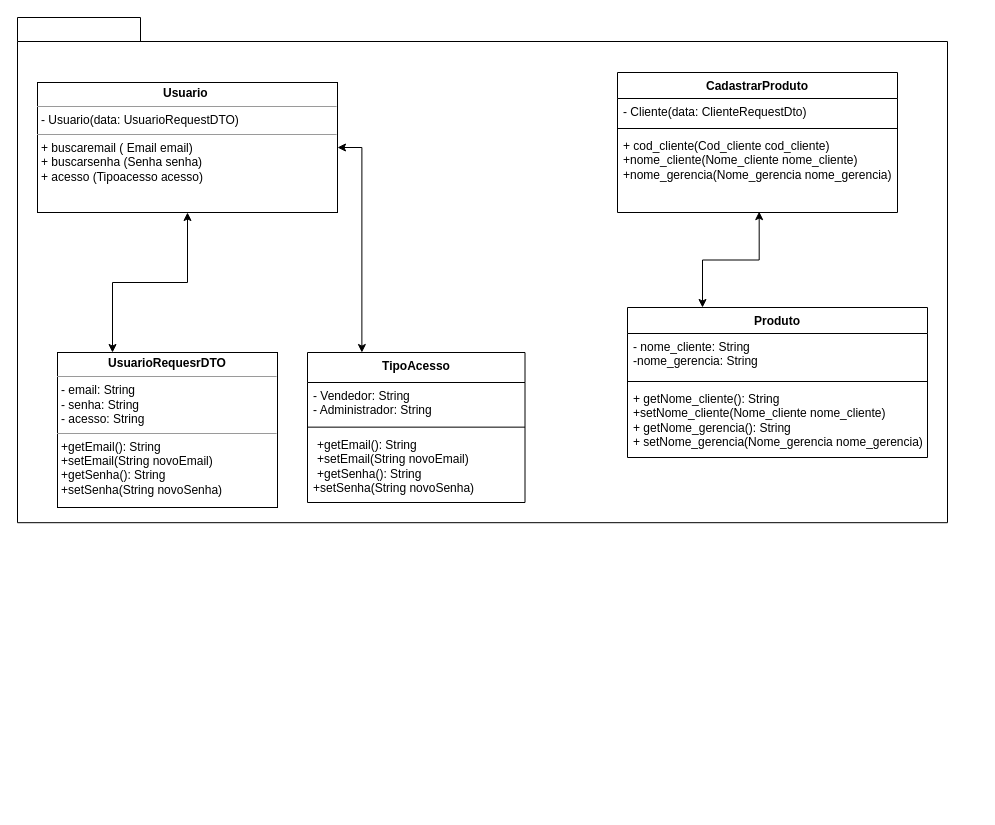
Above: page "Page-1" (1 of 2) of Diagramas/Diagrama de Classes.drawio in Thunder53/Dom-Rock (draw.io), before the change. Source tidied: cells renumbered, new cells numbered last; positions are measured from the earlier drawing's top-left corner, leaving out a move shared by most shapes. Both pictures are drawn from the tidied source at 100%, with x=0, y=0 at pixel (17, 17).
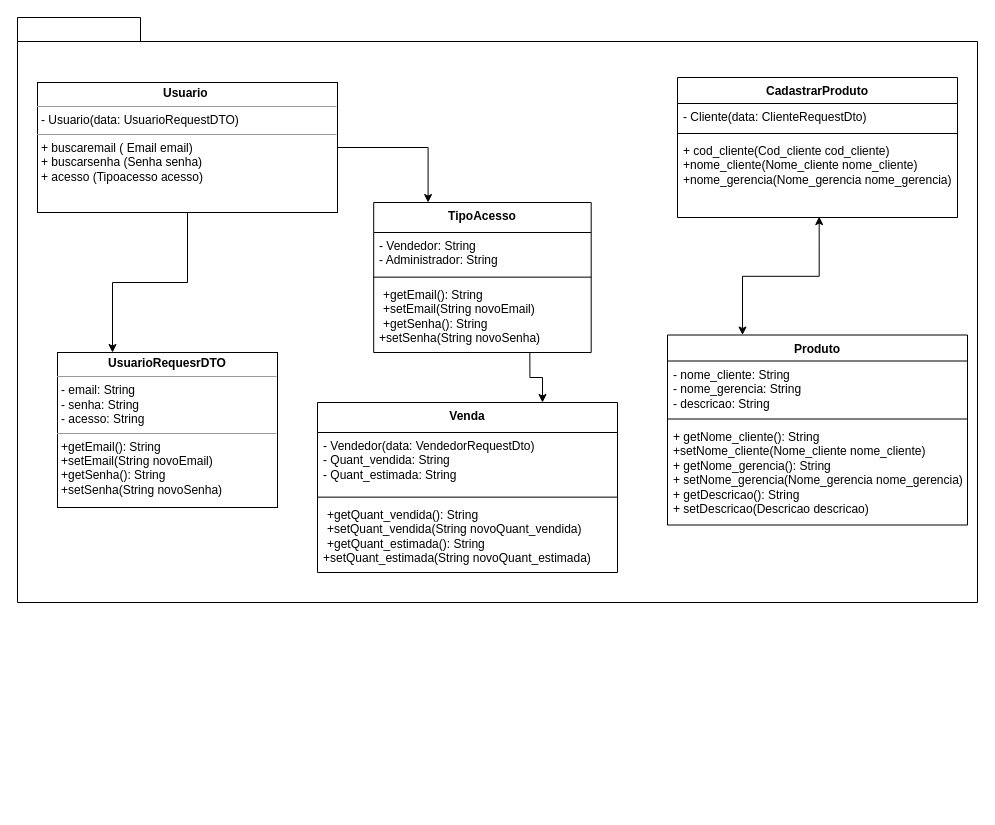
After the change.

Commit message (it also covers changes not shown here):
Autalização do Diagrama de Classes

Unchanged cells that the change refers to:
```xml
<mxCell id="4" value="&lt;p style=&quot;margin:0px;margin-top:4px;text-align:center;&quot;&gt;&lt;b&gt;Usuario&amp;nbsp;&lt;/b&gt;&lt;/p&gt;&lt;hr size=&quot;1&quot;&gt;&lt;p style=&quot;margin:0px;margin-left:4px;&quot;&gt;- Usuario(data: UsuarioRequestDTO)&lt;/p&gt;&lt;hr size=&quot;1&quot;&gt;&lt;p style=&quot;margin:0px;margin-left:4px;&quot;&gt;+ buscaremail ( Email email)&amp;nbsp;&lt;/p&gt;&lt;p style=&quot;margin:0px;margin-left:4px;&quot;&gt;+ buscarsenha (Senha senha)&lt;/p&gt;&lt;p style=&quot;margin:0px;margin-left:4px;&quot;&gt;+ acesso (Tipoacesso acesso)&lt;/p&gt;" style="verticalAlign=top;align=left;overflow=fill;fontSize=12;fontFamily=Helvetica;html=1;whiteSpace=wrap;" parent="2" vertex="1">
  <mxGeometry x="20" y="50" width="300" height="130" as="geometry" />
</mxCell>
<mxCell id="9" value="&lt;p style=&quot;border-color: var(--border-color); margin: 0px 0px 0px 4px;&quot;&gt;+getEmail(): String&lt;/p&gt;&lt;p style=&quot;border-color: var(--border-color); margin: 0px 0px 0px 4px;&quot;&gt;+setEmail(String novoEmail)&lt;/p&gt;&lt;p style=&quot;border-color: var(--border-color); margin: 0px 0px 0px 4px;&quot;&gt;+getSenha(): String&lt;/p&gt;+setSenha(String novoSenha)" style="text;strokeColor=none;fillColor=none;align=left;verticalAlign=top;spacingLeft=4;spacingRight=4;overflow=hidden;points=[[0,0.5],[1,0.5]];portConstraint=eastwest;whiteSpace=wrap;html=1;" parent="6" vertex="1">
  <mxGeometry y="79.3" width="217.5" height="70.7" as="geometry" />
</mxCell>
<mxCell id="11" value="&lt;p style=&quot;margin:0px;margin-top:4px;text-align:center;&quot;&gt;&lt;b&gt;UsuarioRequesrDTO&lt;/b&gt;&lt;/p&gt;&lt;hr size=&quot;1&quot;&gt;&lt;p style=&quot;margin:0px;margin-left:4px;&quot;&gt;- email: String&amp;nbsp;&lt;/p&gt;&lt;p style=&quot;margin:0px;margin-left:4px;&quot;&gt;- senha: String&lt;/p&gt;&lt;p style=&quot;margin:0px;margin-left:4px;&quot;&gt;&lt;span style=&quot;background-color: initial;&quot;&gt;- acesso: String&lt;/span&gt;&lt;/p&gt;&lt;hr size=&quot;1&quot;&gt;&lt;p style=&quot;margin:0px;margin-left:4px;&quot;&gt;+getEmail(): String&lt;/p&gt;&lt;p style=&quot;margin:0px;margin-left:4px;&quot;&gt;+setEmail(String novoEmail)&lt;/p&gt;&lt;p style=&quot;margin:0px;margin-left:4px;&quot;&gt;+getSenha(): String&lt;/p&gt;&lt;p style=&quot;margin:0px;margin-left:4px;&quot;&gt;+setSenha(String novoSenha)&lt;/p&gt;&lt;p style=&quot;margin:0px;margin-left:4px;&quot;&gt;&lt;br&gt;&lt;/p&gt;" style="verticalAlign=top;align=left;overflow=fill;fontSize=12;fontFamily=Helvetica;html=1;whiteSpace=wrap;" parent="2" vertex="1">
  <mxGeometry x="40" y="320" width="220" height="155" as="geometry" />
</mxCell>
```

Change to the diagram source:
```diff
@@
     <mxCell id="2" style="group;" parent="1" vertex="1">
-      <mxGeometry y="15" width="940" height="580" as="geometry" />
+      <mxGeometry y="15" width="960" height="775" as="geometry" />
     </mxCell>
     <mxCell id="3" style="shape=folder;fontStyle=1;spacingTop=10;tabWidth=123;tabHeight=24;tabPosition=left;html=1;rounded=0;shadow=0;comic=0;labelBackgroundColor=none;strokeWidth=1;fontFamily=Verdana;fontSize=10;align=center;" parent="2" vertex="1">
-      <mxGeometry y="-15" width="930" height="505.2" as="geometry" />
+      <mxGeometry y="-15" width="960" height="585" as="geometry" />
     </mxCell>
@@
-    <mxCell id="5" style="edgeStyle=orthogonalEdgeStyle;rounded=0;jettySize=auto;html=1;exitX=0.25;exitY=0;exitDx=0;exitDy=0;entryX=1;entryY=0.5;entryDx=0;entryDy=0;startArrow=classic;startFill=1;" parent="2" edge="1" source="6" target="4">
+    <mxCell id="5" style="edgeStyle=orthogonalEdgeStyle;rounded=0;jettySize=auto;html=1;exitX=0.25;exitY=0;exitDx=0;exitDy=0;entryX=1;entryY=0.5;entryDx=0;entryDy=0;startArrow=classic;startFill=1;endArrow=none;endFill=0;" parent="2" edge="1" source="6" target="4">
       <mxGeometry relative="1" as="geometry" />
     </mxCell>
     <mxCell id="6" value="TipoAcesso" style="swimlane;fontStyle=1;align=center;verticalAlign=top;horizontal=1;startSize=30;whiteSpace=wrap;html=1;" parent="2" vertex="1">
-      <mxGeometry x="290" y="320" width="217.5" height="150" as="geometry" />
+      <mxGeometry x="356.2" y="170" width="217.5" height="150" as="geometry" />
     </mxCell>
@@
-    <mxCell id="10" style="edgeStyle=orthogonalEdgeStyle;rounded=0;jettySize=auto;html=1;exitX=0.25;exitY=0;exitDx=0;exitDy=0;startArrow=classic;startFill=1;" parent="2" edge="1" source="11" target="4">
+    <mxCell id="10" style="edgeStyle=orthogonalEdgeStyle;rounded=0;jettySize=auto;html=1;exitX=0.25;exitY=0;exitDx=0;exitDy=0;startArrow=classic;startFill=1;endArrow=none;endFill=0;" parent="2" edge="1" source="11" target="4">
       <mxGeometry relative="1" as="geometry" />
     </mxCell>
@@
     <mxCell id="12" value="CadastrarProduto" style="swimlane;fontStyle=1;align=center;verticalAlign=top;horizontal=1;startSize=26;whiteSpace=wrap;html=1;" parent="2" vertex="1">
-      <mxGeometry x="600" y="40" width="280" height="140" as="geometry" />
+      <mxGeometry x="660" y="45" width="280" height="140" as="geometry" />
     </mxCell>
@@
     <mxCell id="17" value="Produto" style="swimlane;fontStyle=1;align=center;verticalAlign=top;horizontal=1;startSize=26;whiteSpace=wrap;html=1;" parent="2" vertex="1">
-      <mxGeometry x="610" y="275" width="300" height="150" as="geometry" />
+      <mxGeometry x="650" y="302.5" width="300" height="190" as="geometry" />
     </mxCell>
-    <mxCell id="18" value="-&amp;nbsp;nome_cliente: String&lt;br&gt;-nome_gerencia: String" style="text;strokeColor=none;fillColor=none;align=left;verticalAlign=top;spacingLeft=4;spacingRight=4;overflow=hidden;whiteSpace=wrap;html=1;" parent="17" vertex="1">
-      <mxGeometry y="26" width="300" height="44" as="geometry" />
+    <mxCell id="18" value="-&amp;nbsp;nome_cliente: String&lt;br&gt;- nome_gerencia: String&lt;br&gt;- descricao: String" style="text;strokeColor=none;fillColor=none;align=left;verticalAlign=top;spacingLeft=4;spacingRight=4;overflow=hidden;whiteSpace=wrap;html=1;" parent="17" vertex="1">
+      <mxGeometry y="26" width="300" height="54" as="geometry" />
     </mxCell>
     <mxCell id="19" style="line;strokeWidth=1;fillColor=none;align=left;verticalAlign=middle;spacingTop=-1;spacingLeft=3;spacingRight=3;labelPosition=right;strokeColor=inherit;" parent="17" vertex="1">
-      <mxGeometry y="70" width="300" height="8" as="geometry" />
+      <mxGeometry y="80" width="300" height="8" as="geometry" />
     </mxCell>
-    <mxCell id="20" value="+ getNome_cliente(): String&lt;br&gt;+setNome_cliente(Nome_cliente nome_cliente)&lt;br&gt;+ getNome_gerencia(): String&lt;br&gt;+ setNome_gerencia(Nome_gerencia nome_gerencia)" style="text;strokeColor=none;fillColor=none;align=left;verticalAlign=top;spacingLeft=4;spacingRight=4;overflow=hidden;whiteSpace=wrap;html=1;" parent="17" vertex="1">
-      <mxGeometry y="78" width="300" height="72" as="geometry" />
+    <mxCell id="20" value="+ getNome_cliente(): String&lt;br&gt;+setNome_cliente(Nome_cliente nome_cliente)&lt;br&gt;+ getNome_gerencia(): String&lt;br&gt;+ setNome_gerencia(Nome_gerencia nome_gerencia)&lt;br&gt;+ getDescricao(): String&lt;br style=&quot;border-color: var(--border-color);&quot;&gt;+ setDescricao(Descricao descricao)" style="text;strokeColor=none;fillColor=none;align=left;verticalAlign=top;spacingLeft=4;spacingRight=4;overflow=hidden;whiteSpace=wrap;html=1;" parent="17" vertex="1">
+      <mxGeometry y="88" width="300" height="102" as="geometry" />
     </mxCell>
+    <mxCell id="21" style="edgeStyle=orthogonalEdgeStyle;rounded=0;jettySize=auto;html=1;exitX=0.75;exitY=0;exitDx=0;exitDy=0;entryX=0.718;entryY=1;entryDx=0;entryDy=0;entryPerimeter=0;startArrow=classic;startFill=1;endArrow=none;endFill=0;" parent="2" edge="1" source="22" target="9">
+      <mxGeometry relative="1" as="geometry" />
+    </mxCell>
+    <mxCell id="22" value="Venda" style="swimlane;fontStyle=1;align=center;verticalAlign=top;horizontal=1;startSize=30;whiteSpace=wrap;html=1;" parent="2" vertex="1">
+      <mxGeometry x="300" y="370" width="300" height="170" as="geometry" />
+    </mxCell>
+    <mxCell id="23" value="- Vendedor(data: VendedorRequestDto)&lt;br&gt;- Quant_vendida: String&lt;br&gt;- Quant_estimada: String" style="text;strokeColor=none;fillColor=none;align=left;verticalAlign=top;spacingLeft=4;spacingRight=4;overflow=hidden;whiteSpace=wrap;html=1;" parent="22" vertex="1">
+      <mxGeometry y="30" width="300" height="60" as="geometry" />
+    </mxCell>
+    <mxCell id="24" style="line;strokeWidth=1;fillColor=none;align=left;verticalAlign=middle;spacingTop=-1;spacingLeft=3;spacingRight=3;labelPosition=right;strokeColor=inherit;" parent="22" vertex="1">
+      <mxGeometry y="90" width="300" height="9.3" as="geometry" />
+    </mxCell>
+    <mxCell id="25" value="&lt;p style=&quot;border-color: var(--border-color); margin: 0px 0px 0px 4px;&quot;&gt;+getQuant_vendida(): String&lt;/p&gt;&lt;p style=&quot;border-color: var(--border-color); margin: 0px 0px 0px 4px;&quot;&gt;+setQuant_vendida(String novoQuant_vendida)&lt;/p&gt;&lt;p style=&quot;border-color: var(--border-color); margin: 0px 0px 0px 4px;&quot;&gt;+getQuant_estimada(): String&lt;/p&gt;+setQuant_estimada(String novoQuant_estimada)" style="text;strokeColor=none;fillColor=none;align=left;verticalAlign=top;spacingLeft=4;spacingRight=4;overflow=hidden;whiteSpace=wrap;html=1;" parent="22" vertex="1">
+      <mxGeometry y="99.3" width="300" height="70.7" as="geometry" />
+    </mxCell>
```
